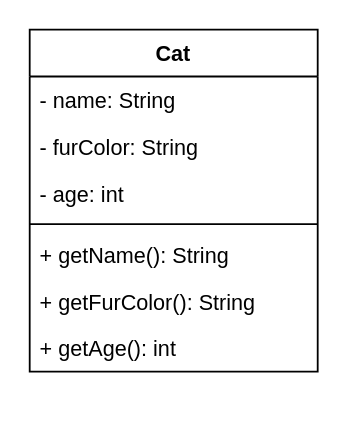
Before: page "Cat" (1 of 2) of cat.drawio in RoyStrassberger/02c_Klassen_Objekte_2, a draw.io diagram. Source tidied: cells renumbered, new cells numbered last; positions are measured from the earlier drawing's top-left corner, leaving out a move shared by most shapes. Both pictures are drawn from the tidied source at 180%, with x=0, y=0 at pixel (29, 29).
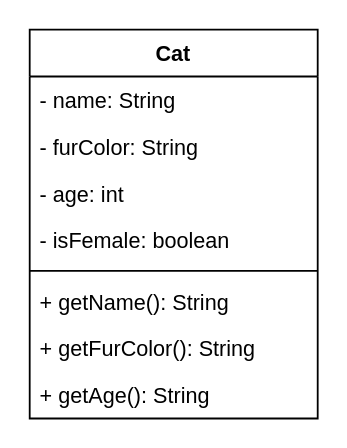
The same diagram, later.

Commit message (it also covers changes not shown here):
boolean isFemale / if-else in getAge()

Diff of the diagram source:
```diff
@@
 <mxGraphModel>
   <root>
     <mxCell id="0" />
     <mxCell id="1" parent="0" />
     <mxCell id="2" value="Cat" style="swimlane;fontStyle=1;align=center;verticalAlign=top;horizontal=1;startSize=26;" parent="1" vertex="1">
-      <mxGeometry width="160" height="190" as="geometry" />
+      <mxGeometry width="160" height="216" as="geometry" />
     </mxCell>
     <mxCell id="3" value="- name: String" style="text;strokeColor=none;fillColor=none;align=left;verticalAlign=top;spacingLeft=4;spacingRight=4;overflow=hidden;" parent="2" vertex="1">
       <mxGeometry y="26" width="160" height="26" as="geometry" />
     </mxCell>
     <mxCell id="4" value="- furColor: String" style="text;strokeColor=none;fillColor=none;align=left;verticalAlign=top;spacingLeft=4;spacingRight=4;overflow=hidden;" parent="2" vertex="1">
       <mxGeometry y="52" width="160" height="26" as="geometry" />
     </mxCell>
     <mxCell id="5" value="- age: int" style="text;strokeColor=none;fillColor=none;align=left;verticalAlign=top;spacingLeft=4;spacingRight=4;overflow=hidden;" parent="2" vertex="1">
       <mxGeometry y="78" width="160" height="26" as="geometry" />
     </mxCell>
+    <mxCell id="10" value="- isFemale: boolean" style="text;strokeColor=none;fillColor=none;align=left;verticalAlign=top;spacingLeft=4;spacingRight=4;overflow=hidden;" parent="2" vertex="1">
+      <mxGeometry y="104" width="160" height="26" as="geometry" />
+    </mxCell>
     <mxCell id="6" style="line;strokeWidth=1;fillColor=none;align=left;verticalAlign=middle;spacingTop=-1;spacingLeft=3;spacingRight=3;labelPosition=right;" parent="2" vertex="1">
-      <mxGeometry y="104" width="160" height="8" as="geometry" />
+      <mxGeometry y="130" width="160" height="8" as="geometry" />
     </mxCell>
     <mxCell id="7" value="+ getName(): String" style="text;strokeColor=none;fillColor=none;align=left;verticalAlign=top;spacingLeft=4;spacingRight=4;overflow=hidden;" parent="2" vertex="1">
-      <mxGeometry y="112" width="160" height="26" as="geometry" />
+      <mxGeometry y="138" width="160" height="26" as="geometry" />
     </mxCell>
     <mxCell id="8" value="+ getFurColor(): String" style="text;strokeColor=none;fillColor=none;align=left;verticalAlign=top;spacingLeft=4;spacingRight=4;overflow=hidden;" parent="2" vertex="1">
-      <mxGeometry y="138" width="160" height="26" as="geometry" />
+      <mxGeometry y="164" width="160" height="26" as="geometry" />
     </mxCell>
-    <mxCell id="9" value="+ getAge(): int" style="text;strokeColor=none;fillColor=none;align=left;verticalAlign=top;spacingLeft=4;spacingRight=4;overflow=hidden;" parent="2" vertex="1">
-      <mxGeometry y="164" width="160" height="26" as="geometry" />
+    <mxCell id="9" value="+ getAge(): String" style="text;strokeColor=none;fillColor=none;align=left;verticalAlign=top;spacingLeft=4;spacingRight=4;overflow=hidden;" parent="2" vertex="1">
+      <mxGeometry y="190" width="160" height="26" as="geometry" />
     </mxCell>
   </root>
 </mxGraphModel>
```
